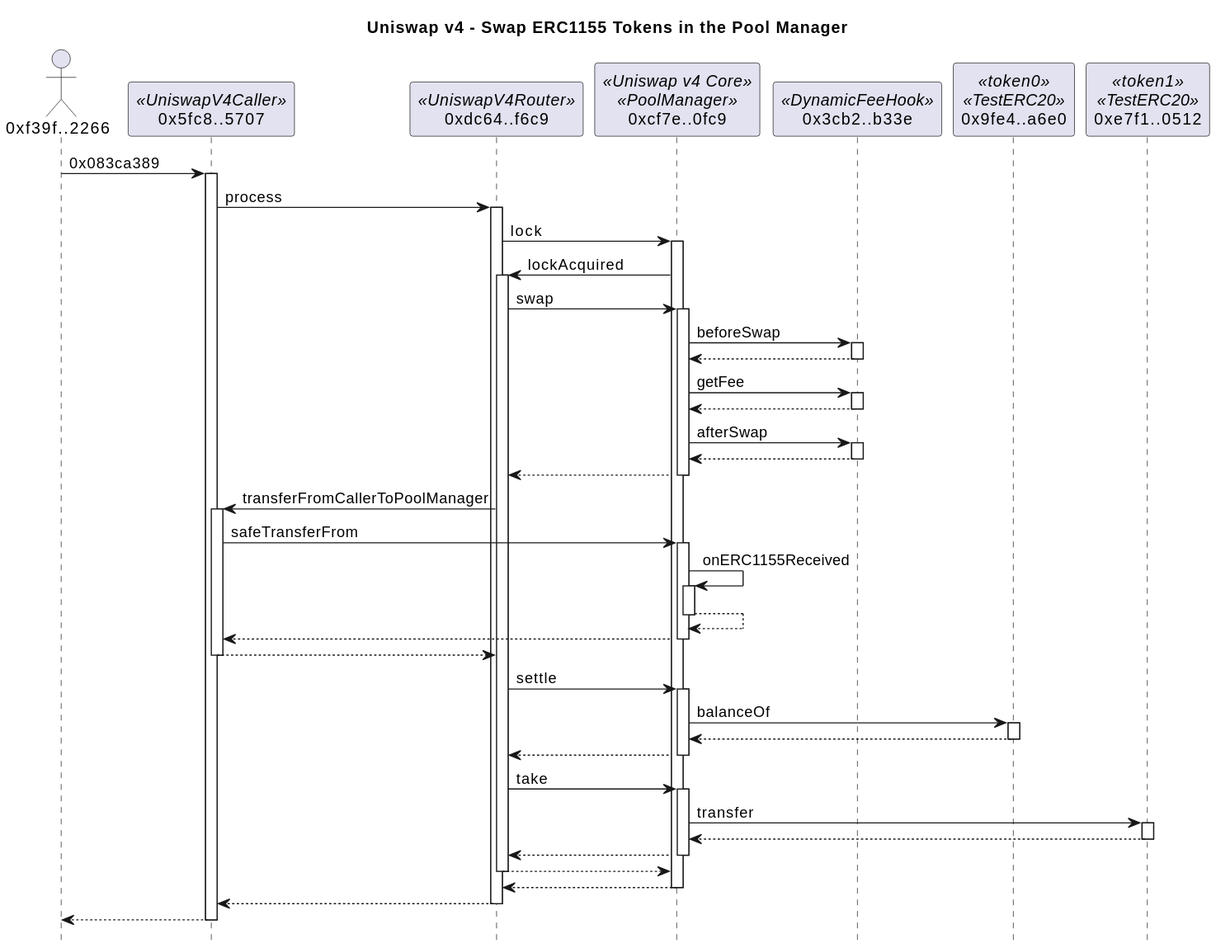
naddison36/uniswap-v4-hooks keeps this PlantUML diagram as docs/swapPoolManagerTokensSummary.svg. Above is the earlier version. Source of this version:
```plantuml
@startuml
title Uniswap v4 - Swap ERC1155 Tokens in the Pool Manager
hide footbox

actor "0xf39f..2266" as f39f2266
participant "0x5fc8..5707" as 5fc85707 <<UniswapV4Caller>>
participant "0xdc64..f6c9" as dc64f6c9 <<UniswapV4Router>>
participant "0xcf7e..0fc9" as cf7e0fc9 <<Uniswap v4 Core>><<PoolManager>>
participant "0x3cb2..b33e" as 3cb2b33e <<DynamicFeeHook>>
participant "0x9fe4..a6e0" as 9fe4a6e0 <<token0>><<TestERC20>>
participant "0xe7f1..0512" as e7f10512 <<token1>><<TestERC20>>

f39f2266 -> 5fc85707: 0x083ca389
activate 5fc85707
5fc85707 -> dc64f6c9: process
activate dc64f6c9
dc64f6c9 -> cf7e0fc9: lock
activate cf7e0fc9
cf7e0fc9 -> dc64f6c9: lockAcquired
activate dc64f6c9
dc64f6c9 -> cf7e0fc9: swap
activate cf7e0fc9
cf7e0fc9 -> 3cb2b33e: beforeSwap
activate 3cb2b33e
return
cf7e0fc9 -> 3cb2b33e: getFee
activate 3cb2b33e
return
cf7e0fc9 -> 3cb2b33e: afterSwap
activate 3cb2b33e
return
return
dc64f6c9 -> 5fc85707: transferFromCallerToPoolManager
activate 5fc85707
5fc85707 -> cf7e0fc9: safeTransferFrom
activate cf7e0fc9
cf7e0fc9 -> cf7e0fc9: onERC1155Received
activate cf7e0fc9
return
return
return
dc64f6c9 -> cf7e0fc9: settle
activate cf7e0fc9
cf7e0fc9 -> 9fe4a6e0: balanceOf
activate 9fe4a6e0
return
return
dc64f6c9 -> cf7e0fc9: take
activate cf7e0fc9
cf7e0fc9 -> e7f10512: transfer
activate e7f10512
return
return
return
return
return
return
@enduml
```
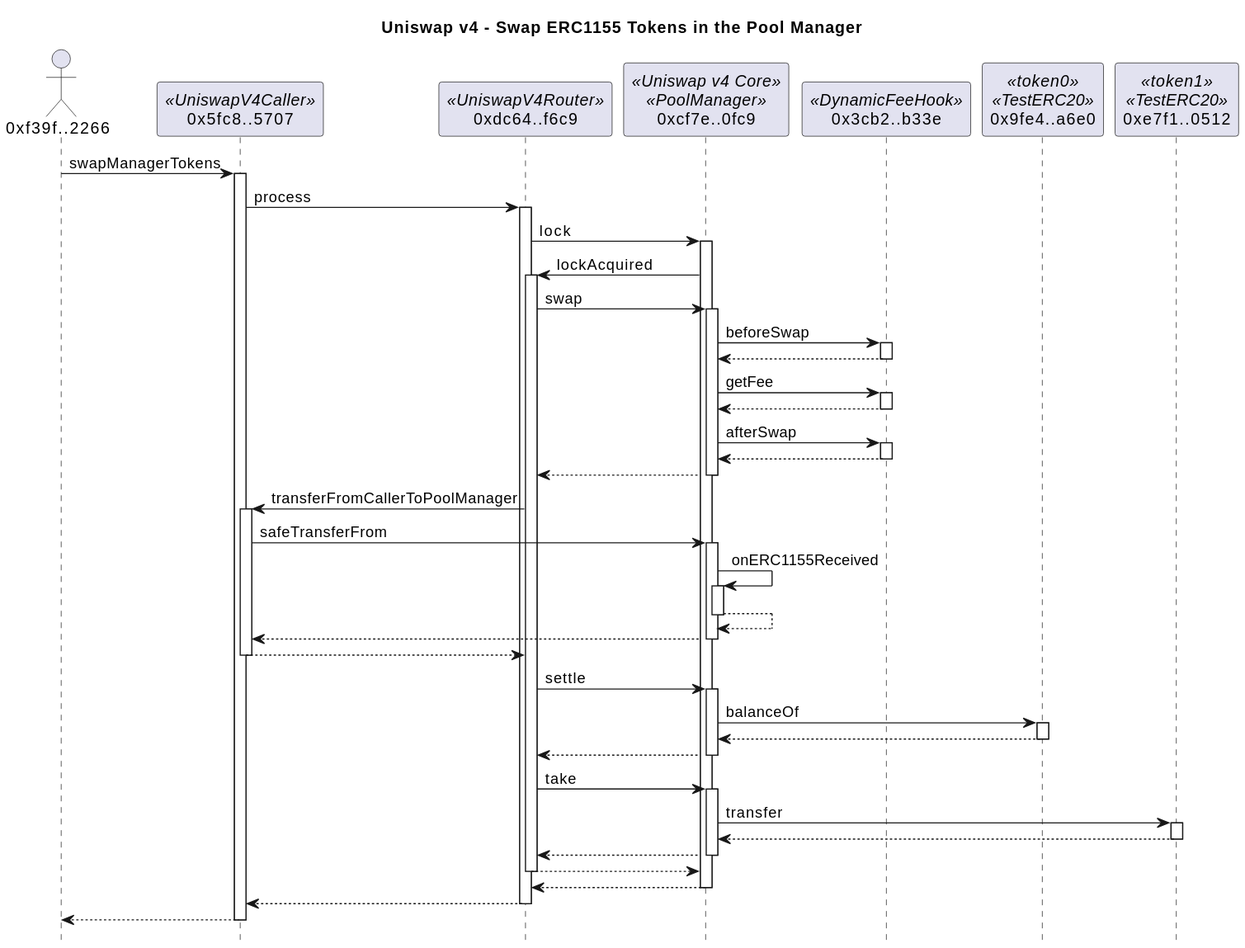
After the change.

Commit message:
Rebaned managerSwap to swapManagerTokens

Change to the diagram source:
```diff
@@ -10,7 +10,7 @@
 participant "0x9fe4..a6e0" as 9fe4a6e0 <<token0>><<TestERC20>>
 participant "0xe7f1..0512" as e7f10512 <<token1>><<TestERC20>>
 
-f39f2266 -> 5fc85707: 0x083ca389
+f39f2266 -> 5fc85707: swapManagerTokens
 activate 5fc85707
 5fc85707 -> dc64f6c9: process
 activate dc64f6c9
```
